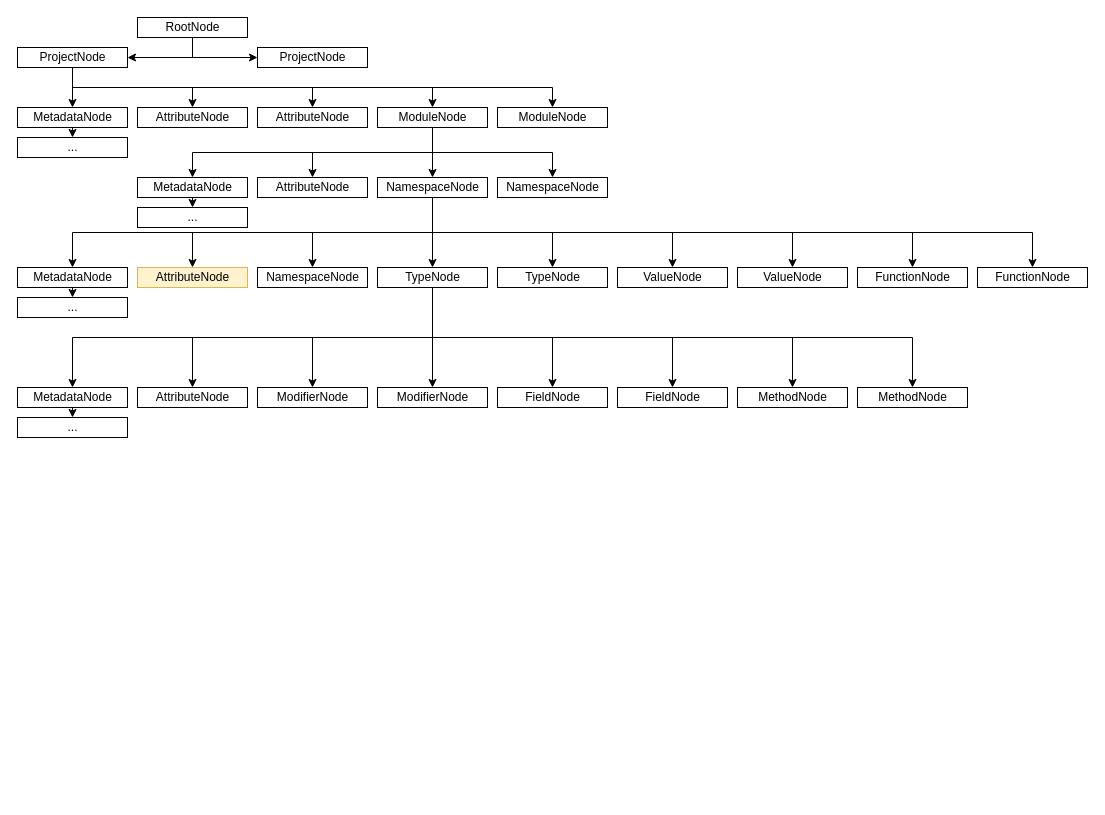
Evenfall-Tech/Crosslight keeps this draw.io diagram as docs/AstNodeStructure.drawio. Above is the earlier version. Source tidied: cells renumbered, new cells numbered last; positions are measured from the earlier drawing's top-left corner, leaving out a move shared by most shapes. Both pictures are drawn from the tidied source at 100%, with x=0, y=0 at pixel (17, 17).
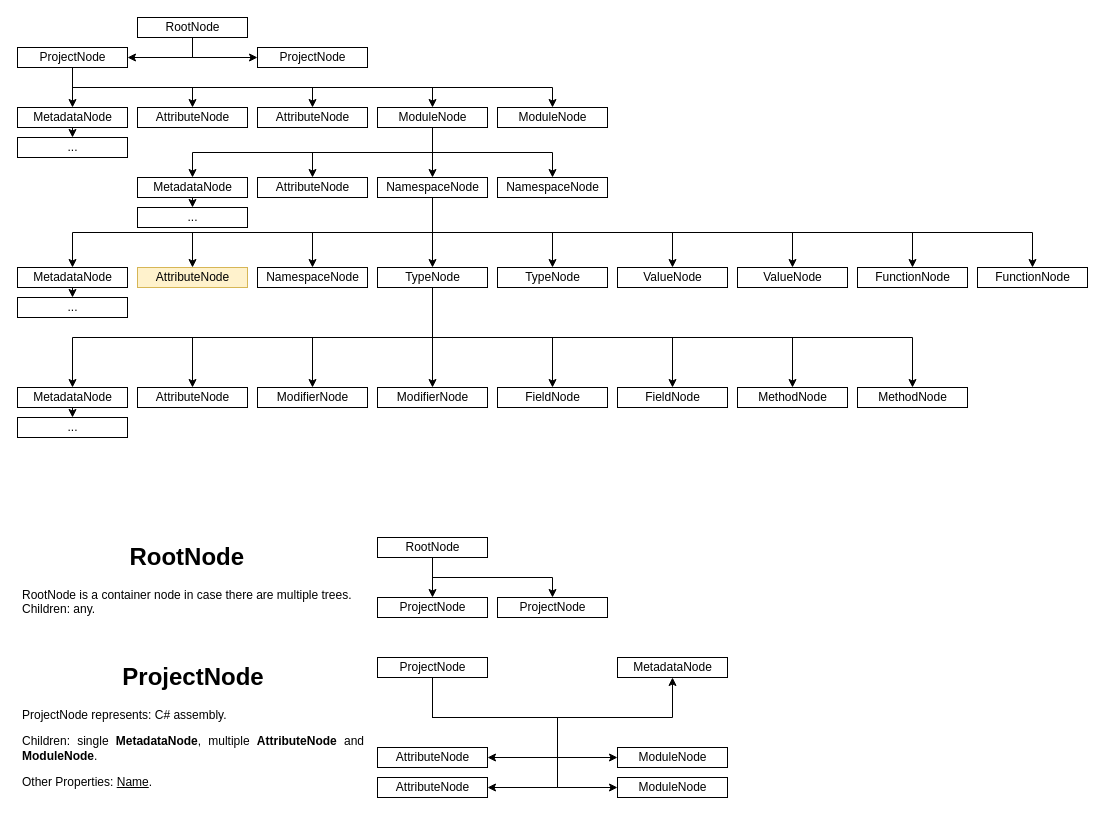
Above is the later version.

What changed in the source:
```diff
@@
+    <mxCell id="67" style="edgeStyle=orthogonalEdgeStyle;rounded=0;jettySize=auto;html=1;exitX=0.5;exitY=1;exitDx=0;exitDy=0;entryX=0.5;entryY=0;entryDx=0;entryDy=0;" parent="1" edge="1" source="69" target="70">
+      <mxGeometry relative="1" as="geometry" />
+    </mxCell>
+    <mxCell id="68" style="edgeStyle=orthogonalEdgeStyle;rounded=0;jettySize=auto;html=1;exitX=0.5;exitY=1;exitDx=0;exitDy=0;entryX=0.5;entryY=0;entryDx=0;entryDy=0;" parent="1" edge="1" source="69" target="71">
+      <mxGeometry relative="1" as="geometry" />
+    </mxCell>
+    <mxCell id="69" value="RootNode" style="html=1;" parent="1" vertex="1">
+      <mxGeometry x="360" y="520" width="110" height="20" as="geometry" />
+    </mxCell>
+    <mxCell id="70" value="ProjectNode" style="html=1;" parent="1" vertex="1">
+      <mxGeometry x="360" y="580" width="110" height="20" as="geometry" />
+    </mxCell>
+    <mxCell id="71" value="ProjectNode" style="html=1;" parent="1" vertex="1">
+      <mxGeometry x="480" y="580" width="110" height="20" as="geometry" />
+    </mxCell>
+    <mxCell id="72" value="&lt;h1 style=&quot;text-align: center&quot;&gt;RootNode&lt;/h1&gt;&lt;p style=&quot;text-align: justify&quot;&gt;RootNode is a container node in case there are multiple trees.&lt;br&gt;Children: any.&lt;/p&gt;" style="text;html=1;strokeColor=none;fillColor=none;spacing=5;spacingTop=-20;whiteSpace=wrap;overflow=hidden;rounded=0;" parent="1" vertex="1">
+      <mxGeometry y="520" width="350" height="80" as="geometry" />
+    </mxCell>
+    <mxCell id="73" style="edgeStyle=orthogonalEdgeStyle;rounded=0;jettySize=auto;html=1;exitX=0.5;exitY=1;exitDx=0;exitDy=0;entryX=1;entryY=0.5;entryDx=0;entryDy=0;" parent="1" edge="1" source="78" target="80">
+      <mxGeometry relative="1" as="geometry">
+        <Array as="points">
+          <mxPoint x="415" y="700" />
+          <mxPoint x="540" y="700" />
+          <mxPoint x="540" y="740" />
+        </Array>
+      </mxGeometry>
+    </mxCell>
+    <mxCell id="74" style="edgeStyle=orthogonalEdgeStyle;rounded=0;jettySize=auto;html=1;exitX=0.5;exitY=1;exitDx=0;exitDy=0;entryX=0.5;entryY=1;entryDx=0;entryDy=0;" parent="1" edge="1" source="78" target="79">
+      <mxGeometry relative="1" as="geometry">
+        <Array as="points">
+          <mxPoint x="415" y="700" />
+          <mxPoint x="655" y="700" />
+        </Array>
+      </mxGeometry>
+    </mxCell>
+    <mxCell id="75" style="edgeStyle=orthogonalEdgeStyle;rounded=0;jettySize=auto;html=1;exitX=0.5;exitY=1;exitDx=0;exitDy=0;entryX=1;entryY=0.5;entryDx=0;entryDy=0;" parent="1" edge="1" source="78" target="84">
+      <mxGeometry relative="1" as="geometry">
+        <Array as="points">
+          <mxPoint x="415" y="700" />
+          <mxPoint x="540" y="700" />
+          <mxPoint x="540" y="770" />
+        </Array>
+      </mxGeometry>
+    </mxCell>
+    <mxCell id="76" style="edgeStyle=orthogonalEdgeStyle;rounded=0;jettySize=auto;html=1;exitX=0.5;exitY=1;exitDx=0;exitDy=0;entryX=0;entryY=0.5;entryDx=0;entryDy=0;" parent="1" edge="1" source="78" target="81">
+      <mxGeometry relative="1" as="geometry">
+        <Array as="points">
+          <mxPoint x="415" y="700" />
+          <mxPoint x="540" y="700" />
+          <mxPoint x="540" y="740" />
+        </Array>
+      </mxGeometry>
+    </mxCell>
+    <mxCell id="77" style="edgeStyle=orthogonalEdgeStyle;rounded=0;jettySize=auto;html=1;exitX=0.5;exitY=1;exitDx=0;exitDy=0;entryX=0;entryY=0.5;entryDx=0;entryDy=0;" parent="1" edge="1" source="78" target="83">
+      <mxGeometry relative="1" as="geometry">
+        <Array as="points">
+          <mxPoint x="415" y="700" />
+          <mxPoint x="540" y="700" />
+          <mxPoint x="540" y="770" />
+        </Array>
+      </mxGeometry>
+    </mxCell>
+    <mxCell id="78" value="ProjectNode" style="html=1;" parent="1" vertex="1">
+      <mxGeometry x="360" y="640" width="110" height="20" as="geometry" />
+    </mxCell>
+    <mxCell id="79" value="MetadataNode" style="html=1;" parent="1" vertex="1">
+      <mxGeometry x="600" y="640" width="110" height="20" as="geometry" />
+    </mxCell>
+    <mxCell id="80" value="AttributeNode" style="html=1;" parent="1" vertex="1">
+      <mxGeometry x="360" y="730" width="110" height="20" as="geometry" />
+    </mxCell>
+    <mxCell id="81" value="ModuleNode" style="html=1;" parent="1" vertex="1">
+      <mxGeometry x="600" y="730" width="110" height="20" as="geometry" />
+    </mxCell>
+    <mxCell id="82" value="&lt;h1 style=&quot;text-align: center&quot;&gt;ProjectNode&lt;/h1&gt;&lt;p style=&quot;text-align: justify&quot;&gt;ProjectNode&amp;nbsp;represents: C# assembly.&lt;/p&gt;&lt;p style=&quot;text-align: justify&quot;&gt;Children: single &lt;b&gt;MetadataNode&lt;/b&gt;, multiple &lt;b&gt;AttributeNode &lt;/b&gt;and &lt;b&gt;ModuleNode&lt;/b&gt;.&lt;/p&gt;&lt;p style=&quot;text-align: justify&quot;&gt;Other Properties: &lt;u&gt;Name&lt;/u&gt;.&lt;/p&gt;" style="text;html=1;strokeColor=none;fillColor=none;spacing=5;spacingTop=-20;whiteSpace=wrap;overflow=hidden;rounded=0;" parent="1" vertex="1">
+      <mxGeometry y="640" width="350" height="140" as="geometry" />
+    </mxCell>
+    <mxCell id="83" value="ModuleNode" style="html=1;" parent="1" vertex="1">
+      <mxGeometry x="600" y="760" width="110" height="20" as="geometry" />
+    </mxCell>
+    <mxCell id="84" value="AttributeNode" style="html=1;" parent="1" vertex="1">
+      <mxGeometry x="360" y="760" width="110" height="20" as="geometry" />
+    </mxCell>
```
